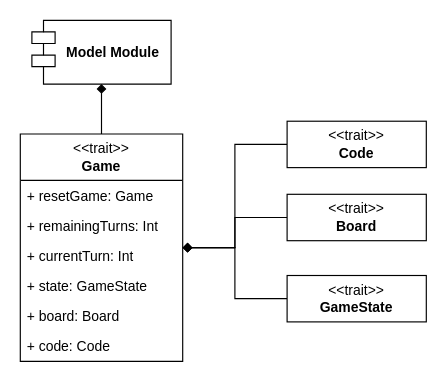
Above: page "game" (8 of 15) of mastermind.drawio in Totti00/PPS-22-mastermind (draw.io), before the change. Source tidied: cells renumbered, new cells numbered last; positions are measured from the earlier drawing's top-left corner, leaving out a move shared by most shapes. Both pictures are drawn from the tidied source at 116%, with x=0, y=0 at pixel (20, 20).
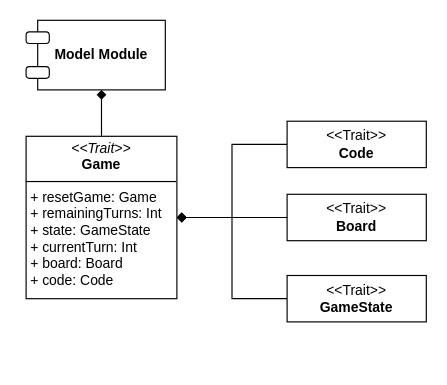
The same diagram, later.

What changed in the source:
```diff
@@
 <mxGraphModel>
   <root>
     <mxCell id="0" />
     <mxCell id="1" parent="0" />
-    <mxCell id="2" style="edgeStyle=orthogonalEdgeStyle;rounded=0;jettySize=auto;html=1;endArrow=diamond;endFill=1;" parent="1" edge="1" source="3" target="10">
+    <mxCell id="2" style="edgeStyle=orthogonalEdgeStyle;rounded=0;jettySize=auto;html=1;endArrow=diamond;endFill=1;exitX=0.5;exitY=0;exitDx=0;exitDy=0;entryX=0.5;entryY=1;entryDx=0;entryDy=0;" parent="1" edge="1" source="17" target="10">
       <mxGeometry relative="1" as="geometry" />
     </mxCell>
-    <mxCell id="3" value="&amp;lt;&amp;lt;trait&amp;gt;&amp;gt;&lt;div&gt;&lt;b&gt;Game&lt;/b&gt;&lt;/div&gt;" style="swimlane;fontStyle=0;horizontal=1;startSize=40;fillColor=none;whiteSpace=wrap;html=1;" parent="1" vertex="1">
-      <mxGeometry y="98" width="140" height="196" as="geometry" />
-    </mxCell>
-    <mxCell id="4" value="+ resetGame: Game" style="text;strokeColor=none;fillColor=none;align=left;verticalAlign=top;spacingLeft=4;spacingRight=4;overflow=hidden;whiteSpace=wrap;html=1;" parent="3" vertex="1">
-      <mxGeometry y="40" width="140" height="26" as="geometry" />
-    </mxCell>
-    <mxCell id="5" value="+ remainingTurns: Int" style="text;strokeColor=none;fillColor=none;align=left;verticalAlign=top;spacingLeft=4;spacingRight=4;overflow=hidden;whiteSpace=wrap;html=1;" parent="3" vertex="1">
-      <mxGeometry y="66" width="140" height="26" as="geometry" />
-    </mxCell>
-    <mxCell id="6" value="+ currentTurn: Int" style="text;strokeColor=none;fillColor=none;align=left;verticalAlign=top;spacingLeft=4;spacingRight=4;overflow=hidden;whiteSpace=wrap;html=1;" parent="3" vertex="1">
-      <mxGeometry y="92" width="140" height="26" as="geometry" />
-    </mxCell>
-    <mxCell id="7" value="+ state: GameState" style="text;strokeColor=none;fillColor=none;align=left;verticalAlign=top;spacingLeft=4;spacingRight=4;overflow=hidden;whiteSpace=wrap;html=1;" parent="3" vertex="1">
-      <mxGeometry y="118" width="140" height="26" as="geometry" />
-    </mxCell>
-    <mxCell id="8" value="+ board: Board" style="text;strokeColor=none;fillColor=none;align=left;verticalAlign=top;spacingLeft=4;spacingRight=4;overflow=hidden;whiteSpace=wrap;html=1;" parent="3" vertex="1">
-      <mxGeometry y="144" width="140" height="26" as="geometry" />
-    </mxCell>
-    <mxCell id="9" value="+ code: Code" style="text;strokeColor=none;fillColor=none;align=left;verticalAlign=top;spacingLeft=4;spacingRight=4;overflow=hidden;whiteSpace=wrap;html=1;" parent="3" vertex="1">
-      <mxGeometry y="170" width="140" height="26" as="geometry" />
-    </mxCell>
-    <mxCell id="10" value="&lt;div&gt;&lt;b&gt;&lt;br&gt;&lt;/b&gt;&lt;/div&gt;&lt;b&gt;Model Module&lt;/b&gt;" style="shape=module;align=left;spacingLeft=20;align=center;verticalAlign=top;whiteSpace=wrap;html=1;" parent="1" vertex="1">
-      <mxGeometry x="10" width="120" height="55" as="geometry" />
-    </mxCell>
-    <mxCell id="11" style="edgeStyle=orthogonalEdgeStyle;rounded=0;jettySize=auto;html=1;endArrow=diamond;endFill=1;" parent="1" edge="1" source="12" target="3">
+    <mxCell id="11" style="edgeStyle=orthogonalEdgeStyle;rounded=0;jettySize=auto;html=1;endArrow=diamond;endFill=1;entryX=1;entryY=0.5;entryDx=0;entryDy=0;" parent="1" edge="1" source="12" target="17">
       <mxGeometry relative="1" as="geometry" />
     </mxCell>
-    <mxCell id="12" value="&amp;lt;&amp;lt;trait&amp;gt;&amp;gt;&lt;div&gt;&lt;b&gt;GameState&lt;/b&gt;&lt;/div&gt;" style="rounded=0;whiteSpace=wrap;html=1;" parent="1" vertex="1">
+    <mxCell id="12" value="&amp;lt;&amp;lt;Trait&amp;gt;&amp;gt;&lt;div&gt;&lt;b&gt;GameState&lt;/b&gt;&lt;/div&gt;" style="rounded=0;whiteSpace=wrap;html=1;" parent="1" vertex="1">
       <mxGeometry x="230" y="220" width="120" height="40" as="geometry" />
     </mxCell>
-    <mxCell id="13" style="edgeStyle=orthogonalEdgeStyle;rounded=0;jettySize=auto;html=1;endArrow=diamond;endFill=1;" parent="1" edge="1" source="14" target="3">
+    <mxCell id="13" style="edgeStyle=orthogonalEdgeStyle;rounded=0;jettySize=auto;html=1;endArrow=diamond;endFill=1;entryX=1;entryY=0.5;entryDx=0;entryDy=0;" parent="1" edge="1" source="14" target="17">
       <mxGeometry relative="1" as="geometry" />
     </mxCell>
-    <mxCell id="14" value="&amp;lt;&amp;lt;trait&amp;gt;&amp;gt;&lt;div&gt;&lt;b&gt;Code&lt;/b&gt;&lt;/div&gt;" style="rounded=0;whiteSpace=wrap;html=1;" parent="1" vertex="1">
+    <mxCell id="14" value="&amp;lt;&amp;lt;Trait&amp;gt;&amp;gt;&lt;div&gt;&lt;b&gt;Code&lt;/b&gt;&lt;/div&gt;" style="rounded=0;whiteSpace=wrap;html=1;" parent="1" vertex="1">
       <mxGeometry x="230" y="87" width="120" height="40" as="geometry" />
     </mxCell>
-    <mxCell id="15" style="edgeStyle=orthogonalEdgeStyle;rounded=0;jettySize=auto;html=1;endArrow=diamond;endFill=1;" parent="1" edge="1" source="16" target="3">
+    <mxCell id="15" style="edgeStyle=orthogonalEdgeStyle;rounded=0;jettySize=auto;html=1;endArrow=diamond;endFill=1;entryX=1;entryY=0.5;entryDx=0;entryDy=0;" parent="1" edge="1" source="16" target="17">
       <mxGeometry relative="1" as="geometry" />
     </mxCell>
-    <mxCell id="16" value="&amp;lt;&amp;lt;trait&amp;gt;&amp;gt;&lt;div&gt;&lt;b&gt;Board&lt;/b&gt;&lt;/div&gt;" style="rounded=0;whiteSpace=wrap;html=1;" parent="1" vertex="1">
+    <mxCell id="16" value="&amp;lt;&amp;lt;Trait&amp;gt;&amp;gt;&lt;div&gt;&lt;b&gt;Board&lt;/b&gt;&lt;/div&gt;" style="rounded=0;whiteSpace=wrap;html=1;" parent="1" vertex="1">
       <mxGeometry x="230" y="150" width="120" height="40" as="geometry" />
     </mxCell>
+    <mxCell id="17" value="&lt;p style=&quot;margin:0px;margin-top:4px;text-align:center;&quot;&gt;&lt;i&gt;&amp;lt;&amp;lt;Trait&amp;gt;&amp;gt;&lt;/i&gt;&lt;br&gt;&lt;b&gt;Game&lt;/b&gt;&lt;/p&gt;&lt;hr size=&quot;1&quot; style=&quot;border-style:solid;&quot;&gt;&lt;p style=&quot;margin:0px;margin-left:4px;&quot;&gt;+ resetGame: Game&lt;br&gt;+ remainingTurns: Int&lt;/p&gt;&lt;p style=&quot;margin:0px;margin-left:4px;&quot;&gt;+ state: GameState&lt;/p&gt;&lt;p style=&quot;margin:0px;margin-left:4px;&quot;&gt;+ currentTurn: Int&lt;/p&gt;&lt;p style=&quot;margin:0px;margin-left:4px;&quot;&gt;+ board: Board&lt;/p&gt;&lt;p style=&quot;margin:0px;margin-left:4px;&quot;&gt;+ code: Code&lt;/p&gt;" style="verticalAlign=top;align=left;overflow=fill;html=1;whiteSpace=wrap;" parent="1" vertex="1">
+      <mxGeometry x="5" y="100" width="130" height="140" as="geometry" />
+    </mxCell>
+    <mxCell id="10" value="&lt;b&gt;Model Module&lt;/b&gt;" style="html=1;whiteSpace=wrap;" parent="1" vertex="1">
+      <mxGeometry x="15" width="110" height="60" as="geometry" />
+    </mxCell>
+    <mxCell id="18" style="rounded=1;whiteSpace=wrap;html=1;arcSize=28;" parent="1" vertex="1">
+      <mxGeometry x="5" y="10" width="20" height="10" as="geometry" />
+    </mxCell>
+    <mxCell id="19" style="rounded=1;whiteSpace=wrap;html=1;arcSize=28;" parent="1" vertex="1">
+      <mxGeometry x="5" y="40" width="20" height="10" as="geometry" />
+    </mxCell>
   </root>
 </mxGraphModel>
```
